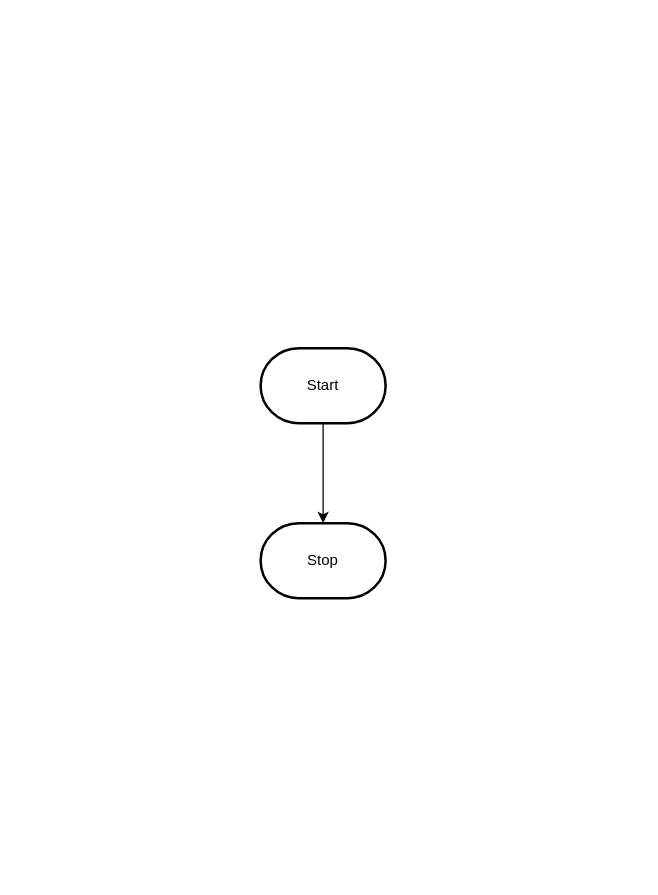
The draw.io diagram design/flowchart.drawio in MTHS-ICD2O-1-2023/ICD2O-Unit-5-06-Gabriel-Zanardi, before the edit. Source tidied: cells renumbered, new cells numbered last; positions are measured from the earlier drawing's top-left corner, leaving out a move shared by most shapes. Both pictures are drawn from the tidied source at 125%, with x=0, y=0 at pixel (260, 348).
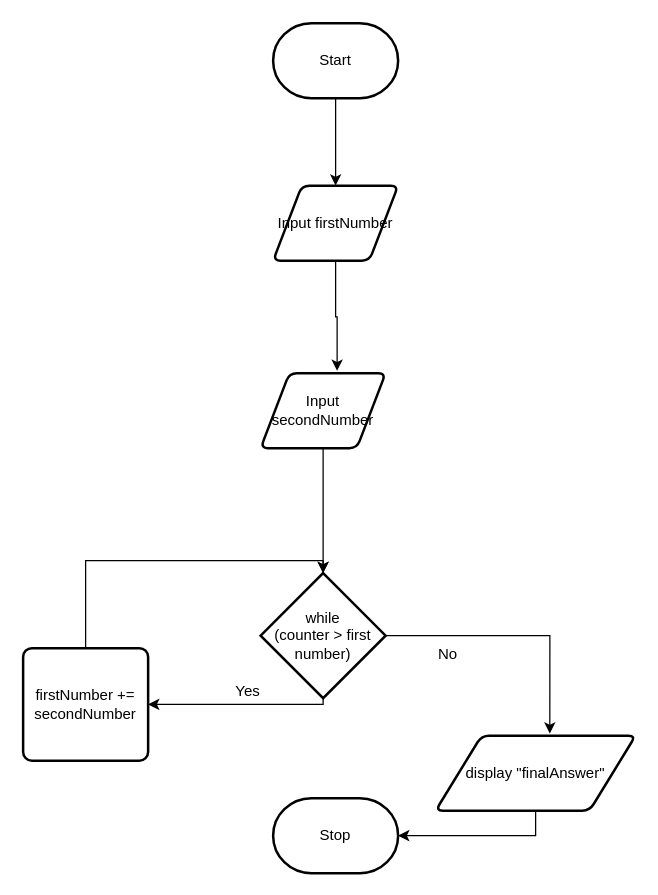
After the change.

Commit message (it also covers changes not shown here):
init storyboard and flowchart and exported both out

The edit, as a diff of the source:
```diff
@@
-    <mxCell id="2" style="edgeStyle=orthogonalEdgeStyle;html=1;rounded=0;" parent="1" edge="1" source="3" target="4">
-      <mxGeometry relative="1" as="geometry" />
-    </mxCell>
+    <mxCell id="5" style="edgeStyle=orthogonalEdgeStyle;rounded=0;html=1;entryX=0.5;entryY=0;entryDx=0;entryDy=0;" parent="1" edge="1" source="3" target="18">
+      <mxGeometry relative="1" as="geometry" />
+    </mxCell>
     <mxCell id="3" value="Start" style="strokeWidth=2;html=1;shape=mxgraph.flowchart.terminator;whiteSpace=wrap;" parent="1" vertex="1">
-      <mxGeometry width="100" height="60" as="geometry" />
+      <mxGeometry x="10" y="-260" width="100" height="60" as="geometry" />
     </mxCell>
     <mxCell id="4" value="Stop" style="strokeWidth=2;html=1;shape=mxgraph.flowchart.terminator;whiteSpace=wrap;" parent="1" vertex="1">
-      <mxGeometry y="140" width="100" height="60" as="geometry" />
+      <mxGeometry x="10" y="360" width="100" height="60" as="geometry" />
     </mxCell>
+    <mxCell id="6" style="edgeStyle=orthogonalEdgeStyle;rounded=0;html=1;entryX=1;entryY=0.5;entryDx=0;entryDy=0;" parent="1" edge="1" source="8" target="10">
+      <mxGeometry relative="1" as="geometry">
+        <Array as="points">
+          <mxPoint x="50" y="285" />
+        </Array>
+      </mxGeometry>
+    </mxCell>
+    <mxCell id="7" style="edgeStyle=orthogonalEdgeStyle;rounded=0;html=1;entryX=0.571;entryY=-0.027;entryDx=0;entryDy=0;entryPerimeter=0;" parent="1" edge="1" source="8" target="12">
+      <mxGeometry relative="1" as="geometry" />
+    </mxCell>
+    <mxCell id="8" value="while&lt;br&gt;(counter &amp;gt; first number)" style="strokeWidth=2;html=1;shape=mxgraph.flowchart.decision;whiteSpace=wrap;" parent="1" vertex="1">
+      <mxGeometry y="180" width="100" height="100" as="geometry" />
+    </mxCell>
+    <mxCell id="9" style="edgeStyle=orthogonalEdgeStyle;rounded=0;html=1;entryX=0.5;entryY=0;entryDx=0;entryDy=0;entryPerimeter=0;" parent="1" edge="1" source="10" target="8">
+      <mxGeometry relative="1" as="geometry">
+        <Array as="points">
+          <mxPoint x="-140" y="170" />
+          <mxPoint x="50" y="170" />
+        </Array>
+      </mxGeometry>
+    </mxCell>
+    <mxCell id="10" value="firstNumber += secondNumber" style="rounded=1;whiteSpace=wrap;html=1;absoluteArcSize=1;arcSize=14;strokeWidth=2;" parent="1" vertex="1">
+      <mxGeometry x="-190" y="240" width="100" height="90" as="geometry" />
+    </mxCell>
+    <mxCell id="11" style="edgeStyle=orthogonalEdgeStyle;rounded=0;html=1;" parent="1" edge="1" source="12" target="4">
+      <mxGeometry relative="1" as="geometry">
+        <Array as="points">
+          <mxPoint x="220" y="390" />
+        </Array>
+      </mxGeometry>
+    </mxCell>
+    <mxCell id="12" value="display &quot;finalAnswer&quot;" style="shape=parallelogram;html=1;strokeWidth=2;perimeter=parallelogramPerimeter;whiteSpace=wrap;rounded=1;arcSize=12;size=0.23;" parent="1" vertex="1">
+      <mxGeometry x="140" y="310" width="160" height="60" as="geometry" />
+    </mxCell>
+    <mxCell id="13" value="No" style="text;html=1;strokeColor=none;fillColor=none;align=center;verticalAlign=middle;whiteSpace=wrap;rounded=0;" parent="1" vertex="1">
+      <mxGeometry x="120" y="230" width="60" height="30" as="geometry" />
+    </mxCell>
+    <mxCell id="14" value="Yes" style="text;html=1;strokeColor=none;fillColor=none;align=center;verticalAlign=middle;whiteSpace=wrap;rounded=0;" parent="1" vertex="1">
+      <mxGeometry x="-40" y="260" width="60" height="30" as="geometry" />
+    </mxCell>
+    <mxCell id="15" style="edgeStyle=orthogonalEdgeStyle;rounded=0;html=1;" parent="1" edge="1" source="16">
+      <mxGeometry relative="1" as="geometry">
+        <mxPoint x="50" y="180" as="targetPoint" />
+      </mxGeometry>
+    </mxCell>
+    <mxCell id="16" value="Input secondNumber" style="shape=parallelogram;html=1;strokeWidth=2;perimeter=parallelogramPerimeter;whiteSpace=wrap;rounded=1;arcSize=12;size=0.23;" parent="1" vertex="1">
+      <mxGeometry y="20" width="100" height="60" as="geometry" />
+    </mxCell>
+    <mxCell id="17" style="edgeStyle=orthogonalEdgeStyle;rounded=0;html=1;entryX=0.612;entryY=-0.03;entryDx=0;entryDy=0;entryPerimeter=0;" parent="1" edge="1" source="18" target="16">
+      <mxGeometry relative="1" as="geometry" />
+    </mxCell>
+    <mxCell id="18" value="Input firstNumber" style="shape=parallelogram;html=1;strokeWidth=2;perimeter=parallelogramPerimeter;whiteSpace=wrap;rounded=1;arcSize=12;size=0.23;" parent="1" vertex="1">
+      <mxGeometry x="10" y="-130" width="100" height="60" as="geometry" />
+    </mxCell>
```
